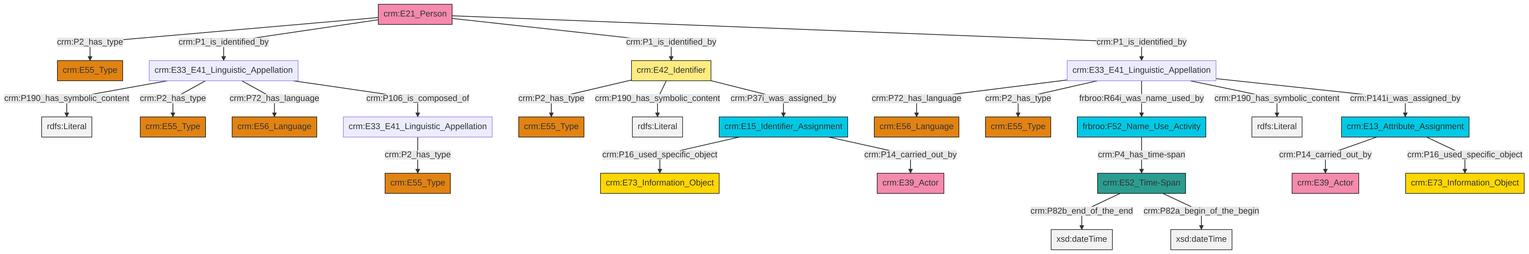
swiss-art-research-net/reference-data-models keeps this Mermaid diagram as et/personCSV/ttl/mmd/png/Person_Names_and_Classification.png. Above is the earlier version. Its source is kept beside it as et/personCSV/ttl/mmd/Person_Names_and_Classification.ttl.mmd.
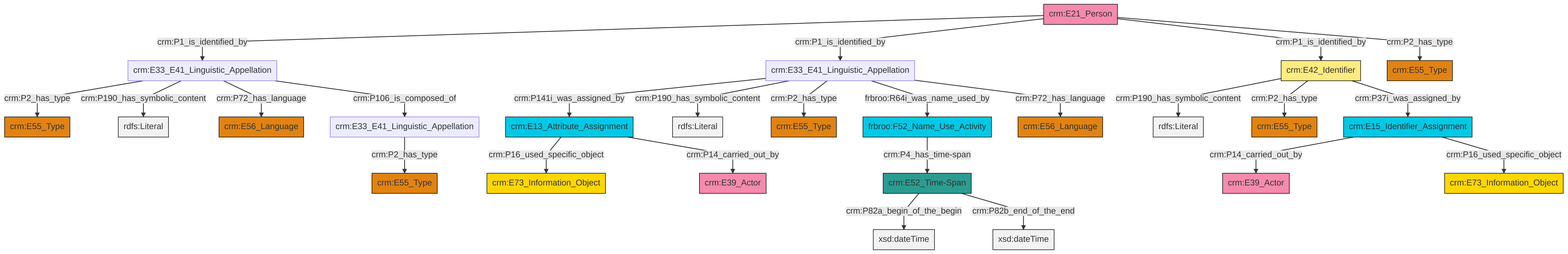
The same diagram one commit later.

Change to the diagram source:
```diff
@@ -13,27 +13,27 @@
 classDef PC_Classes fill:#4ce600, stroke:#000000;
 classDef Multi fill:#cccccc,stroke:#000000;
 
-9["crm:E15_Identifier_Assignment"]:::Temporal_Entity -->|crm:P16_used_specific_object| 10["crm:E73_Information_Object"]:::Conceptual_Object
-11["crm:E21_Person"]:::Actor -->|crm:P2_has_type| 12["crm:E55_Type"]:::Type
-11["crm:E21_Person"]:::Actor -->|crm:P1_is_identified_by| 2["crm:E33_E41_Linguistic_Appellation"]:::Default
-15["crm:E13_Attribute_Assignment"]:::Temporal_Entity -->|crm:P14_carried_out_by| 16["crm:E39_Actor"]:::Actor
-4["crm:E42_Identifier"]:::Appellation -->|crm:P2_has_type| 17["crm:E55_Type"]:::Type
-13["crm:E33_E41_Linguistic_Appellation"]:::Default -->|crm:P72_has_language| 18["crm:E56_Language"]:::Type
-4["crm:E42_Identifier"]:::Appellation -->|crm:P190_has_symbolic_content| 19[rdfs:Literal]:::Literal
-6["crm:E33_E41_Linguistic_Appellation"]:::Default -->|crm:P2_has_type| 20["crm:E55_Type"]:::Type
-13["crm:E33_E41_Linguistic_Appellation"]:::Default -->|crm:P2_has_type| 25["crm:E55_Type"]:::Type
-21["crm:E52_Time-Span"]:::Time-Span -->|crm:P82b_end_of_the_end| 26[xsd:dateTime]:::Literal
-11["crm:E21_Person"]:::Actor -->|crm:P1_is_identified_by| 4["crm:E42_Identifier"]:::Appellation
-27["frbroo:F52_Name_Use_Activity"]:::Temporal_Entity -->|crm:P4_has_time-span| 21["crm:E52_Time-Span"]:::Time-Span
-2["crm:E33_E41_Linguistic_Appellation"]:::Default -->|crm:P190_has_symbolic_content| 36[rdfs:Literal]:::Literal
-13["crm:E33_E41_Linguistic_Appellation"]:::Default -->|frbroo:R64i_was_name_used_by| 27["frbroo:F52_Name_Use_Activity"]:::Temporal_Entity
-2["crm:E33_E41_Linguistic_Appellation"]:::Default -->|crm:P2_has_type| 34["crm:E55_Type"]:::Type
-2["crm:E33_E41_Linguistic_Appellation"]:::Default -->|crm:P72_has_language| 0["crm:E56_Language"]:::Type
-21["crm:E52_Time-Span"]:::Time-Span -->|crm:P82a_begin_of_the_begin| 40[xsd:dateTime]:::Literal
-2["crm:E33_E41_Linguistic_Appellation"]:::Default -->|crm:P106_is_composed_of| 6["crm:E33_E41_Linguistic_Appellation"]:::Default
-9["crm:E15_Identifier_Assignment"]:::Temporal_Entity -->|crm:P14_carried_out_by| 38["crm:E39_Actor"]:::Actor
-11["crm:E21_Person"]:::Actor -->|crm:P1_is_identified_by| 13["crm:E33_E41_Linguistic_Appellation"]:::Default
-13["crm:E33_E41_Linguistic_Appellation"]:::Default -->|crm:P190_has_symbolic_content| 44[rdfs:Literal]:::Literal
-4["crm:E42_Identifier"]:::Appellation -->|crm:P37i_was_assigned_by| 9["crm:E15_Identifier_Assignment"]:::Temporal_Entity
-15["crm:E13_Attribute_Assignment"]:::Temporal_Entity -->|crm:P16_used_specific_object| 30["crm:E73_Information_Object"]:::Conceptual_Object
-13["crm:E33_E41_Linguistic_Appellation"]:::Default -->|crm:P141i_was_assigned_by| 15["crm:E13_Attribute_Assignment"]:::Temporal_Entity
+2["crm:E21_Person"]:::Actor -->|crm:P1_is_identified_by| 3["crm:E33_E41_Linguistic_Appellation"]:::Default
+0["crm:E15_Identifier_Assignment"]:::Temporal_Entity -->|crm:P14_carried_out_by| 10["crm:E39_Actor"]:::Actor
+13["crm:E33_E41_Linguistic_Appellation"]:::Default -->|crm:P141i_was_assigned_by| 14["crm:E13_Attribute_Assignment"]:::Temporal_Entity
+13["crm:E33_E41_Linguistic_Appellation"]:::Default -->|crm:P190_has_symbolic_content| 15[rdfs:Literal]:::Literal
+3["crm:E33_E41_Linguistic_Appellation"]:::Default -->|crm:P2_has_type| 4["crm:E55_Type"]:::Type
+6["crm:E33_E41_Linguistic_Appellation"]:::Default -->|crm:P2_has_type| 16["crm:E55_Type"]:::Type
+2["crm:E21_Person"]:::Actor -->|crm:P1_is_identified_by| 13["crm:E33_E41_Linguistic_Appellation"]:::Default
+14["crm:E13_Attribute_Assignment"]:::Temporal_Entity -->|crm:P16_used_specific_object| 8["crm:E73_Information_Object"]:::Conceptual_Object
+32["crm:E42_Identifier"]:::Appellation -->|crm:P190_has_symbolic_content| 33[rdfs:Literal]:::Literal
+32["crm:E42_Identifier"]:::Appellation -->|crm:P2_has_type| 34["crm:E55_Type"]:::Type
+2["crm:E21_Person"]:::Actor -->|crm:P1_is_identified_by| 32["crm:E42_Identifier"]:::Appellation
+13["crm:E33_E41_Linguistic_Appellation"]:::Default -->|crm:P2_has_type| 35["crm:E55_Type"]:::Type
+3["crm:E33_E41_Linguistic_Appellation"]:::Default -->|crm:P190_has_symbolic_content| 36[rdfs:Literal]:::Literal
+39["frbroo:F52_Name_Use_Activity"]:::Temporal_Entity -->|crm:P4_has_time-span| 28["crm:E52_Time-Span"]:::Time-Span
+3["crm:E33_E41_Linguistic_Appellation"]:::Default -->|crm:P72_has_language| 19["crm:E56_Language"]:::Type
+13["crm:E33_E41_Linguistic_Appellation"]:::Default -->|frbroo:R64i_was_name_used_by| 39["frbroo:F52_Name_Use_Activity"]:::Temporal_Entity
+28["crm:E52_Time-Span"]:::Time-Span -->|crm:P82a_begin_of_the_begin| 40[xsd:dateTime]:::Literal
+0["crm:E15_Identifier_Assignment"]:::Temporal_Entity -->|crm:P16_used_specific_object| 24["crm:E73_Information_Object"]:::Conceptual_Object
+13["crm:E33_E41_Linguistic_Appellation"]:::Default -->|crm:P72_has_language| 26["crm:E56_Language"]:::Type
+32["crm:E42_Identifier"]:::Appellation -->|crm:P37i_was_assigned_by| 0["crm:E15_Identifier_Assignment"]:::Temporal_Entity
+28["crm:E52_Time-Span"]:::Time-Span -->|crm:P82b_end_of_the_end| 41[xsd:dateTime]:::Literal
+2["crm:E21_Person"]:::Actor -->|crm:P2_has_type| 43["crm:E55_Type"]:::Type
+14["crm:E13_Attribute_Assignment"]:::Temporal_Entity -->|crm:P14_carried_out_by| 17["crm:E39_Actor"]:::Actor
+3["crm:E33_E41_Linguistic_Appellation"]:::Default -->|crm:P106_is_composed_of| 6["crm:E33_E41_Linguistic_Appellation"]:::Default
```
